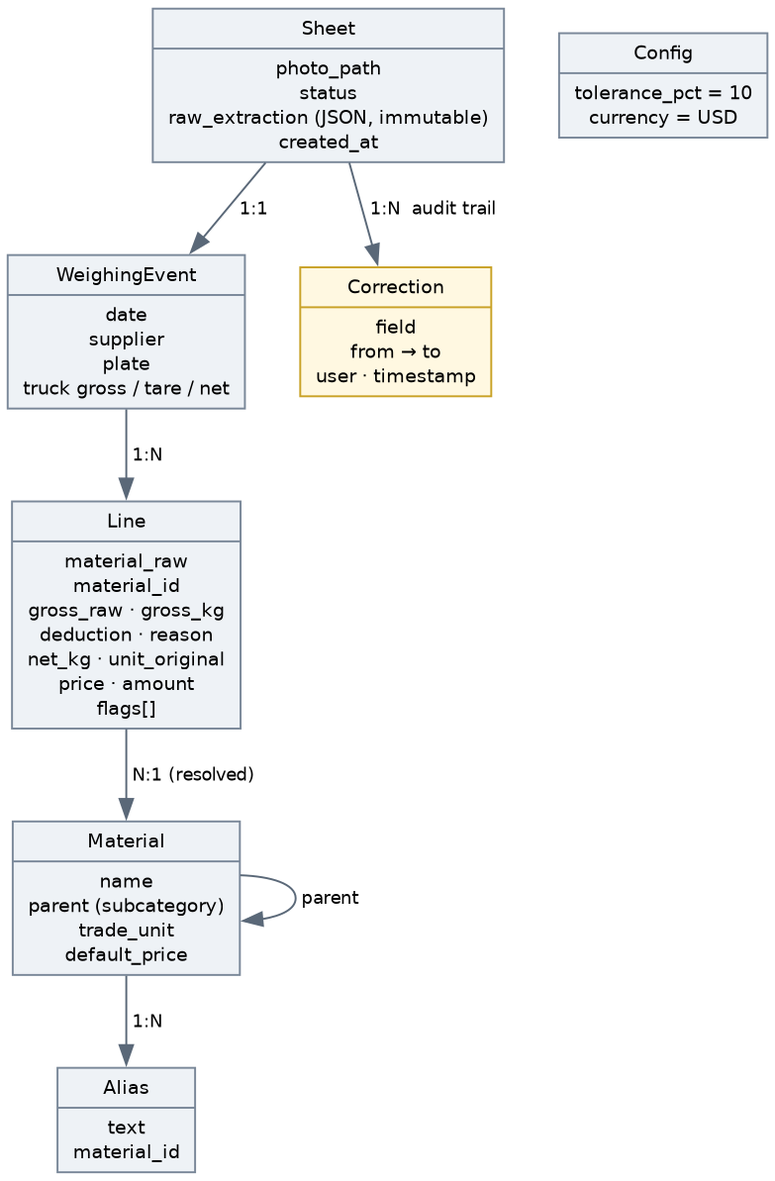
Earlier version of the Graphviz export docs/diagrams/datamodel.png (hotakutsuki/recycler-harness-challenge). Its source is kept beside it as docs/diagrams/datamodel.dot. Its diagram source:
```dot
digraph data {
  rankdir=TB; bgcolor="white"; nodesep=0.4; ranksep=0.5;
  node [fontname="DejaVu Sans", fontsize=10, shape=record, style=filled, fillcolor="#eef2f6", color="#7a8899"];
  edge [fontname="DejaVu Sans", fontsize=9, color="#5a6878"];

  Sheet [label="{Sheet|photo_path\nstatus\nraw_extraction (JSON, immutable)\ncreated_at}"];
  Event [label="{WeighingEvent|date\nsupplier\nplate\ntruck gross / tare / net}"];
  Line  [label="{Line|material_raw\nmaterial_id\ngross_raw · gross_kg\ndeduction · reason\nnet_kg · unit_original\nprice · amount\nflags[]}"];
  Mat   [label="{Material|name\nparent (subcategory)\ntrade_unit\ndefault_price}"];
  Alias [label="{Alias|text\nmaterial_id}"];
  Corr  [label="{Correction|field\nfrom → to\nuser · timestamp}", fillcolor="#fff8e1", color="#c9a227"];
  Cfg   [label="{Config|tolerance_pct = 10\ncurrency = USD}"];

  Sheet -> Event [label=" 1:1"];
  Event -> Line [label=" 1:N"];
  Line -> Mat [label=" N:1 (resolved)"];
  Mat -> Alias [label=" 1:N"];
  Sheet -> Corr [label=" 1:N  audit trail"];
  Mat -> Mat [label=" parent"];
}
```
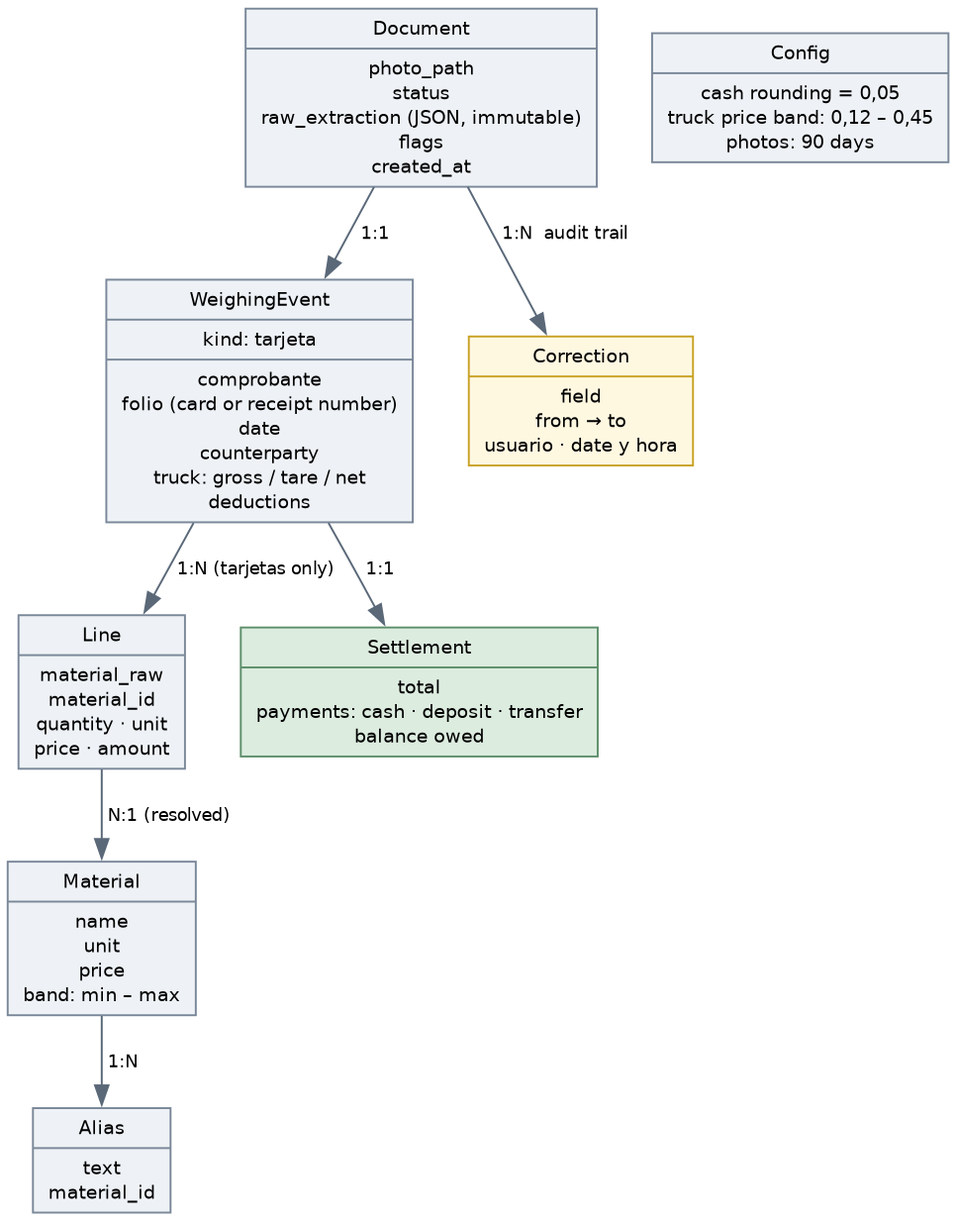
After the change.

Diff of the diagram source:
```diff
@@ -3,18 +3,19 @@
   node [fontname="DejaVu Sans", fontsize=10, shape=record, style=filled, fillcolor="#eef2f6", color="#7a8899"];
   edge [fontname="DejaVu Sans", fontsize=9, color="#5a6878"];
 
-  Sheet [label="{Sheet|photo_path\nstatus\nraw_extraction (JSON, immutable)\ncreated_at}"];
-  Event [label="{WeighingEvent|date\nsupplier\nplate\ntruck gross / tare / net}"];
-  Line  [label="{Line|material_raw\nmaterial_id\ngross_raw · gross_kg\ndeduction · reason\nnet_kg · unit_original\nprice · amount\nflags[]}"];
-  Mat   [label="{Material|name\nparent (subcategory)\ntrade_unit\ndefault_price}"];
+  Sheet [label="{Document|photo_path\nstatus\nraw_extraction (JSON, immutable)\nflags\ncreated_at}"];
+  Event [label="{WeighingEvent|kind: tarjeta | comprobante\nfolio (card or receipt number)\ndate\ncounterparty\ntruck: gross / tare / net\ndeductions}"];
+  Line  [label="{Line|material_raw\nmaterial_id\nquantity · unit\nprice · amount}"];
+  Mat   [label="{Material|name\nunit\nprice\nband: min – max}"];
   Alias [label="{Alias|text\nmaterial_id}"];
-  Corr  [label="{Correction|field\nfrom → to\nuser · timestamp}", fillcolor="#fff8e1", color="#c9a227"];
-  Cfg   [label="{Config|tolerance_pct = 10\ncurrency = USD}"];
+  Corr  [label="{Correction|field\nfrom → to\nusuario · date y hora}", fillcolor="#fff8e1", color="#c9a227"];
+  Pago  [label="{Settlement|total\npayments: cash · deposit · transfer\nbalance owed}", fillcolor="#dcecdf", color="#5f8f6c"];
+  Cfg   [label="{Config|cash rounding = 0,05\ntruck price band: 0,12 – 0,45\nphotos: 90 days}"];
 
   Sheet -> Event [label=" 1:1"];
-  Event -> Line [label=" 1:N"];
+  Event -> Line [label=" 1:N (tarjetas only)"];
+  Event -> Pago [label=" 1:1"];
   Line -> Mat [label=" N:1 (resolved)"];
   Mat -> Alias [label=" 1:N"];
   Sheet -> Corr [label=" 1:N  audit trail"];
-  Mat -> Mat [label=" parent"];
 }
```
